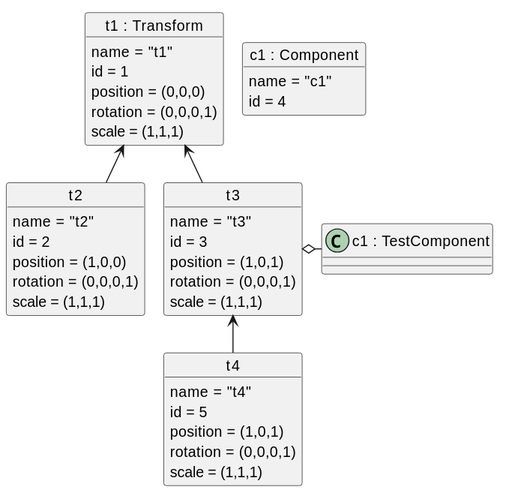
vasuki1129/light keeps this PlantUML diagram as test_plan/diagrams/scenegraph_object_diagram.svg. Above is the earlier version.
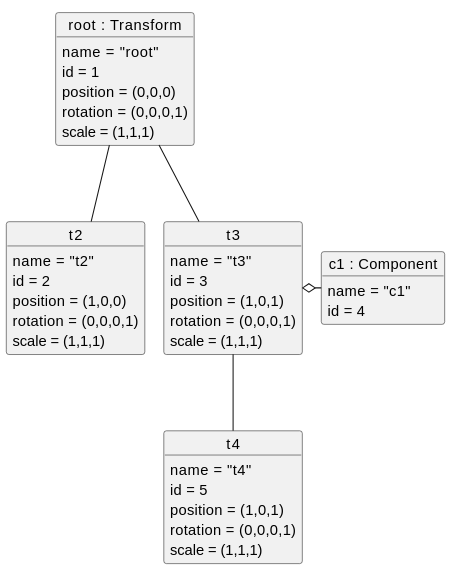
Later version of the same file.

What changed in the source:
```diff
@@ -1,8 +1,9 @@
 @startuml
+  scale 0.75
   allowmixing
 
-  object "t1 : Transform" {
-    name = "t1"
+  object "root : Transform" {
+    name = "root"
     id = 1
     position = <U+0028>0,0,0<U+0029>
     rotation = <U+0028>0,0,0,1<U+0029>
@@ -29,10 +30,10 @@
   "c1 : Component" : name = "c1"
   "c1 : Component" :  id = 4
 
-  "t1 : Transform" <-- t2
-  "t1 : Transform" <-- t3
+  "root : Transform" --- t2
+  "root : Transform" --- t3
 
-  t3 o-right- "c1 : TestComponent"
+  t3 o-right- "c1 : Component"
 
   object t4 {
     name = "t4"
@@ -42,5 +43,5 @@
     scale = <U+0028>1,1,1<U+0029>
   }
 
- t3 <-- t4
+ t3 --- t4
 @enduml
```
